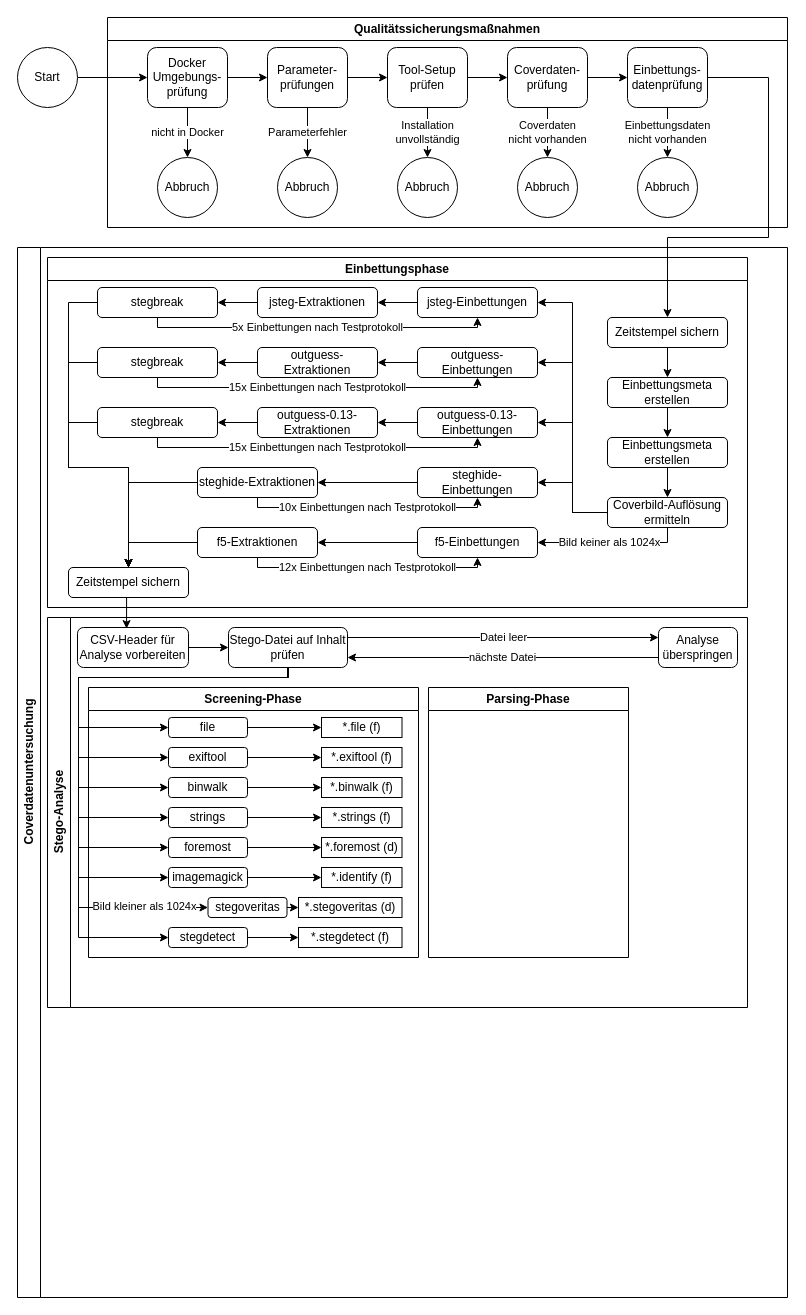
This is SMKITS5/documentation/flowchart.drawio from bh-8/amsl-it-security-projects, a draw.io file, before an edit. Source tidied: cells renumbered, new cells numbered last; positions are measured from the earlier drawing's top-left corner, leaving out a move shared by most shapes. Both pictures are drawn from the tidied source at 100%, with x=0, y=0 at pixel (17, 17).
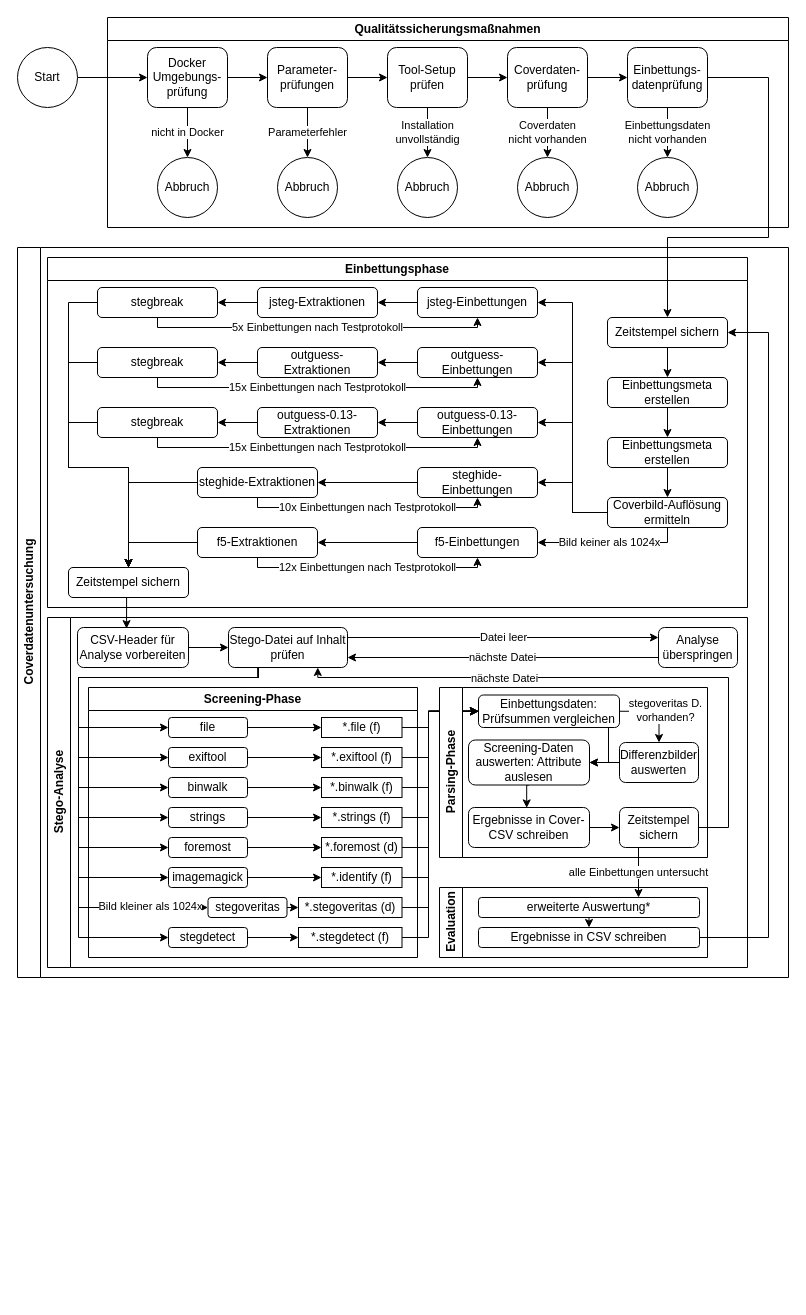
The same page after the edit.

Commit message:
flowchart completed

Unchanged cells that the change refers to:
```xml
<mxCell id="58" value="Zeitstempel sichern" style="rounded=1;whiteSpace=wrap;html=1;labelBackgroundColor=none;" parent="25" vertex="1">
  <mxGeometry x="560" y="60" width="120" height="30" as="geometry" />
</mxCell>
<mxCell id="83" value="Stego-Datei auf Inhalt prüfen" style="rounded=1;whiteSpace=wrap;html=1;labelBackgroundColor=none;" parent="70" vertex="1">
  <mxGeometry x="181" y="10" width="119" height="40" as="geometry" />
</mxCell>
<mxCell id="88" value="file" style="rounded=1;whiteSpace=wrap;html=1;labelBackgroundColor=none;" parent="86" vertex="1">
  <mxGeometry x="80" y="30" width="79" height="20" as="geometry" />
</mxCell>
<mxCell id="90" value="exiftool" style="rounded=1;whiteSpace=wrap;html=1;labelBackgroundColor=none;" parent="86" vertex="1">
  <mxGeometry x="80" y="60" width="79" height="20" as="geometry" />
</mxCell>
<mxCell id="92" value="binwalk" style="rounded=1;whiteSpace=wrap;html=1;labelBackgroundColor=none;" parent="86" vertex="1">
  <mxGeometry x="80" y="90" width="79" height="20" as="geometry" />
</mxCell>
<mxCell id="94" value="strings" style="rounded=1;whiteSpace=wrap;html=1;labelBackgroundColor=none;" parent="86" vertex="1">
  <mxGeometry x="80" y="120" width="79" height="20" as="geometry" />
</mxCell>
<mxCell id="96" value="foremost" style="rounded=1;whiteSpace=wrap;html=1;labelBackgroundColor=none;" parent="86" vertex="1">
  <mxGeometry x="80" y="150" width="79" height="20" as="geometry" />
</mxCell>
<mxCell id="98" value="imagemagick" style="rounded=1;whiteSpace=wrap;html=1;labelBackgroundColor=none;" parent="86" vertex="1">
  <mxGeometry x="80" y="180" width="79" height="20" as="geometry" />
</mxCell>
<mxCell id="100" value="stegoveritas" style="rounded=1;whiteSpace=wrap;html=1;labelBackgroundColor=none;" parent="86" vertex="1">
  <mxGeometry x="119.5" y="210" width="79" height="20" as="geometry" />
</mxCell>
<mxCell id="102" value="stegdetect" style="rounded=1;whiteSpace=wrap;html=1;labelBackgroundColor=none;" parent="86" vertex="1">
  <mxGeometry x="80" y="240" width="79" height="20" as="geometry" />
</mxCell>
<mxCell id="103" value="*.file (f)" style="rounded=0;whiteSpace=wrap;html=1;labelBackgroundColor=none;" parent="86" vertex="1">
  <mxGeometry x="233" y="30" width="80.5" height="20" as="geometry" />
</mxCell>
<mxCell id="104" value="*.exiftool (f)" style="rounded=0;whiteSpace=wrap;html=1;labelBackgroundColor=none;" parent="86" vertex="1">
  <mxGeometry x="233" y="60" width="80.5" height="20" as="geometry" />
</mxCell>
<mxCell id="105" value="*.binwalk (f)" style="rounded=0;whiteSpace=wrap;html=1;labelBackgroundColor=none;" parent="86" vertex="1">
  <mxGeometry x="233" y="90" width="80.5" height="20" as="geometry" />
</mxCell>
<mxCell id="106" value="*.strings (f)" style="rounded=0;whiteSpace=wrap;html=1;labelBackgroundColor=none;" parent="86" vertex="1">
  <mxGeometry x="233" y="120" width="80.5" height="20" as="geometry" />
</mxCell>
<mxCell id="107" value="*.foremost (d)" style="rounded=0;whiteSpace=wrap;html=1;labelBackgroundColor=none;" parent="86" vertex="1">
  <mxGeometry x="233" y="150" width="80.5" height="20" as="geometry" />
</mxCell>
<mxCell id="108" value="*.identify (f)" style="rounded=0;whiteSpace=wrap;html=1;labelBackgroundColor=none;" parent="86" vertex="1">
  <mxGeometry x="233" y="180" width="80.5" height="20" as="geometry" />
</mxCell>
<mxCell id="109" value="*.stegoveritas (d)" style="rounded=0;whiteSpace=wrap;html=1;labelBackgroundColor=none;" parent="86" vertex="1">
  <mxGeometry x="210" y="210" width="103.5" height="20" as="geometry" />
</mxCell>
<mxCell id="110" value="*.stegdetect (f)" style="rounded=0;whiteSpace=wrap;html=1;labelBackgroundColor=none;" parent="86" vertex="1">
  <mxGeometry x="210" y="240" width="103.5" height="20" as="geometry" />
</mxCell>
```

The edit, as a diff of the source:
```diff
@@
     <mxCell id="2" value="Qualitätssicherungsmaßnahmen" style="swimlane;whiteSpace=wrap;html=1;labelBackgroundColor=none;" parent="1" vertex="1">
-      <mxGeometry x="90" width="680" height="210" as="geometry" />
+      <mxGeometry x="90" width="681" height="210" as="geometry" />
     </mxCell>
@@
     <mxCell id="24" value="&lt;div&gt;Coverdatenuntersuchung&lt;/div&gt;" style="swimlane;horizontal=0;whiteSpace=wrap;html=1;labelBackgroundColor=none;" parent="1" vertex="1">
-      <mxGeometry y="230" width="770" height="1050" as="geometry" />
+      <mxGeometry y="230" width="771" height="730" as="geometry" />
     </mxCell>
@@
     <mxCell id="70" value="Stego-Analyse" style="swimlane;horizontal=0;whiteSpace=wrap;html=1;labelBackgroundColor=none;startSize=23;" parent="24" vertex="1">
-      <mxGeometry x="30" y="370" width="700" height="390" as="geometry" />
+      <mxGeometry x="30" y="370" width="700" height="350" as="geometry" />
     </mxCell>
@@
-    <mxCell id="74" style="edgeStyle=orthogonalEdgeStyle;rounded=0;jettySize=auto;html=1;exitX=0.5;exitY=1;exitDx=0;exitDy=0;entryX=0;entryY=0.5;entryDx=0;entryDy=0;" parent="70" edge="1" source="83" target="88">
+    <mxCell id="74" style="edgeStyle=orthogonalEdgeStyle;rounded=0;jettySize=auto;html=1;exitX=0.25;exitY=1;exitDx=0;exitDy=0;entryX=0;entryY=0.5;entryDx=0;entryDy=0;" parent="70" edge="1" source="83" target="88">
       <mxGeometry relative="1" as="geometry">
         <Array as="points">
-          <mxPoint x="241" y="60" />
+          <mxPoint x="211" y="60" />
           <mxPoint x="31" y="60" />
           <mxPoint x="31" y="110" />
         </Array>
       </mxGeometry>
     </mxCell>
-    <mxCell id="75" style="edgeStyle=orthogonalEdgeStyle;rounded=0;jettySize=auto;html=1;exitX=0.5;exitY=1;exitDx=0;exitDy=0;entryX=0;entryY=0.5;entryDx=0;entryDy=0;" parent="70" edge="1" source="83" target="90">
+    <mxCell id="75" style="edgeStyle=orthogonalEdgeStyle;rounded=0;jettySize=auto;html=1;exitX=0.25;exitY=1;exitDx=0;exitDy=0;entryX=0;entryY=0.5;entryDx=0;entryDy=0;" parent="70" edge="1" source="83" target="90">
       <mxGeometry relative="1" as="geometry">
         <Array as="points">
-          <mxPoint x="241" y="60" />
+          <mxPoint x="211" y="60" />
           <mxPoint x="31" y="60" />
           <mxPoint x="31" y="140" />
         </Array>
       </mxGeometry>
     </mxCell>
-    <mxCell id="76" style="edgeStyle=orthogonalEdgeStyle;rounded=0;jettySize=auto;html=1;exitX=0.5;exitY=1;exitDx=0;exitDy=0;entryX=0;entryY=0.5;entryDx=0;entryDy=0;" parent="70" edge="1" source="83" target="92">
+    <mxCell id="76" style="edgeStyle=orthogonalEdgeStyle;rounded=0;jettySize=auto;html=1;exitX=0.25;exitY=1;exitDx=0;exitDy=0;entryX=0;entryY=0.5;entryDx=0;entryDy=0;" parent="70" edge="1" source="83" target="92">
       <mxGeometry relative="1" as="geometry">
         <Array as="points">
-          <mxPoint x="241" y="60" />
+          <mxPoint x="211" y="60" />
           <mxPoint x="31" y="60" />
           <mxPoint x="31" y="170" />
         </Array>
       </mxGeometry>
     </mxCell>
-    <mxCell id="77" style="edgeStyle=orthogonalEdgeStyle;rounded=0;jettySize=auto;html=1;exitX=0.5;exitY=1;exitDx=0;exitDy=0;entryX=0;entryY=0.5;entryDx=0;entryDy=0;" parent="70" edge="1" source="83" target="94">
+    <mxCell id="77" style="edgeStyle=orthogonalEdgeStyle;rounded=0;jettySize=auto;html=1;exitX=0.25;exitY=1;exitDx=0;exitDy=0;entryX=0;entryY=0.5;entryDx=0;entryDy=0;" parent="70" edge="1" source="83" target="94">
       <mxGeometry relative="1" as="geometry">
         <Array as="points">
-          <mxPoint x="241" y="60" />
+          <mxPoint x="211" y="60" />
           <mxPoint x="31" y="60" />
           <mxPoint x="31" y="200" />
         </Array>
       </mxGeometry>
     </mxCell>
-    <mxCell id="78" style="edgeStyle=orthogonalEdgeStyle;rounded=0;jettySize=auto;html=1;exitX=0.5;exitY=1;exitDx=0;exitDy=0;entryX=0;entryY=0.5;entryDx=0;entryDy=0;" parent="70" edge="1" source="83" target="96">
+    <mxCell id="78" style="edgeStyle=orthogonalEdgeStyle;rounded=0;jettySize=auto;html=1;exitX=0.25;exitY=1;exitDx=0;exitDy=0;entryX=0;entryY=0.5;entryDx=0;entryDy=0;" parent="70" edge="1" source="83" target="96">
       <mxGeometry relative="1" as="geometry">
         <Array as="points">
-          <mxPoint x="241" y="60" />
+          <mxPoint x="211" y="60" />
           <mxPoint x="31" y="60" />
           <mxPoint x="31" y="230" />
         </Array>
       </mxGeometry>
     </mxCell>
-    <mxCell id="79" style="edgeStyle=orthogonalEdgeStyle;rounded=0;jettySize=auto;html=1;exitX=0.5;exitY=1;exitDx=0;exitDy=0;entryX=0;entryY=0.5;entryDx=0;entryDy=0;" parent="70" edge="1" source="83" target="98">
+    <mxCell id="79" style="edgeStyle=orthogonalEdgeStyle;rounded=0;jettySize=auto;html=1;exitX=0.25;exitY=1;exitDx=0;exitDy=0;entryX=0;entryY=0.5;entryDx=0;entryDy=0;" parent="70" edge="1" source="83" target="98">
       <mxGeometry relative="1" as="geometry">
         <Array as="points">
-          <mxPoint x="241" y="60" />
+          <mxPoint x="211" y="60" />
           <mxPoint x="31" y="60" />
           <mxPoint x="31" y="260" />
         </Array>
       </mxGeometry>
     </mxCell>
-    <mxCell id="80" style="edgeStyle=orthogonalEdgeStyle;rounded=0;jettySize=auto;html=1;exitX=0.5;exitY=1;exitDx=0;exitDy=0;entryX=0;entryY=0.5;entryDx=0;entryDy=0;" parent="70" edge="1" source="83" target="100">
+    <mxCell id="80" style="edgeStyle=orthogonalEdgeStyle;rounded=0;jettySize=auto;html=1;exitX=0.25;exitY=1;exitDx=0;exitDy=0;entryX=0;entryY=0.5;entryDx=0;entryDy=0;" parent="70" edge="1" source="83" target="100">
       <mxGeometry relative="1" as="geometry">
         <Array as="points">
-          <mxPoint x="241" y="60" />
+          <mxPoint x="211" y="60" />
           <mxPoint x="31" y="60" />
           <mxPoint x="31" y="290" />
         </Array>
       </mxGeometry>
     </mxCell>
@@
-    <mxCell id="82" style="edgeStyle=orthogonalEdgeStyle;rounded=0;jettySize=auto;html=1;exitX=0.5;exitY=1;exitDx=0;exitDy=0;entryX=0;entryY=0.5;entryDx=0;entryDy=0;" parent="70" edge="1" source="83" target="102">
+    <mxCell id="82" style="edgeStyle=orthogonalEdgeStyle;rounded=0;jettySize=auto;html=1;exitX=0.25;exitY=1;exitDx=0;exitDy=0;entryX=0;entryY=0.5;entryDx=0;entryDy=0;" parent="70" edge="1" source="83" target="102">
       <mxGeometry relative="1" as="geometry">
         <Array as="points">
-          <mxPoint x="241" y="60" />
+          <mxPoint x="211" y="60" />
           <mxPoint x="31" y="60" />
           <mxPoint x="31" y="320" />
         </Array>
       </mxGeometry>
     </mxCell>
@@
     <mxCell id="86" value="Screening-Phase" style="swimlane;whiteSpace=wrap;html=1;labelBackgroundColor=none;" parent="70" vertex="1">
-      <mxGeometry x="41" y="70" width="330" height="270" as="geometry" />
+      <mxGeometry x="41" y="70" width="329" height="270" as="geometry" />
     </mxCell>
@@
+    <mxCell id="114" style="edgeStyle=orthogonalEdgeStyle;rounded=0;jettySize=auto;html=1;exitX=1;exitY=0.5;exitDx=0;exitDy=0;entryX=0;entryY=0.5;entryDx=0;entryDy=0;" parent="70" edge="1" source="103" target="125">
+      <mxGeometry relative="1" as="geometry">
+        <Array as="points">
+          <mxPoint x="381" y="110" />
+          <mxPoint x="381" y="93" />
+        </Array>
+      </mxGeometry>
+    </mxCell>
+    <mxCell id="115" style="edgeStyle=orthogonalEdgeStyle;rounded=0;jettySize=auto;html=1;exitX=1;exitY=0.5;exitDx=0;exitDy=0;entryX=0;entryY=0.5;entryDx=0;entryDy=0;" parent="70" edge="1" source="104" target="125">
+      <mxGeometry relative="1" as="geometry">
+        <Array as="points">
+          <mxPoint x="381" y="140" />
+          <mxPoint x="381" y="93" />
+        </Array>
+      </mxGeometry>
+    </mxCell>
+    <mxCell id="116" style="edgeStyle=orthogonalEdgeStyle;rounded=0;jettySize=auto;html=1;exitX=1;exitY=0.5;exitDx=0;exitDy=0;entryX=0;entryY=0.5;entryDx=0;entryDy=0;" parent="70" edge="1" source="105" target="125">
+      <mxGeometry relative="1" as="geometry">
+        <Array as="points">
+          <mxPoint x="381" y="170" />
+          <mxPoint x="381" y="93" />
+        </Array>
+      </mxGeometry>
+    </mxCell>
+    <mxCell id="117" style="edgeStyle=orthogonalEdgeStyle;rounded=0;jettySize=auto;html=1;exitX=1;exitY=0.5;exitDx=0;exitDy=0;entryX=0;entryY=0.5;entryDx=0;entryDy=0;" parent="70" edge="1" source="106" target="125">
+      <mxGeometry relative="1" as="geometry">
+        <Array as="points">
+          <mxPoint x="381" y="200" />
+          <mxPoint x="381" y="93" />
+        </Array>
+      </mxGeometry>
+    </mxCell>
+    <mxCell id="118" style="edgeStyle=orthogonalEdgeStyle;rounded=0;jettySize=auto;html=1;exitX=1;exitY=0.5;exitDx=0;exitDy=0;entryX=0;entryY=0.5;entryDx=0;entryDy=0;" parent="70" edge="1" source="107" target="125">
+      <mxGeometry relative="1" as="geometry">
+        <Array as="points">
+          <mxPoint x="381" y="230" />
+          <mxPoint x="381" y="93" />
+        </Array>
+      </mxGeometry>
+    </mxCell>
+    <mxCell id="119" style="edgeStyle=orthogonalEdgeStyle;rounded=0;jettySize=auto;html=1;exitX=1;exitY=0.5;exitDx=0;exitDy=0;entryX=0;entryY=0.5;entryDx=0;entryDy=0;" parent="70" edge="1" source="108" target="125">
+      <mxGeometry relative="1" as="geometry">
+        <Array as="points">
+          <mxPoint x="381" y="260" />
+          <mxPoint x="381" y="93" />
+        </Array>
+      </mxGeometry>
+    </mxCell>
+    <mxCell id="120" style="edgeStyle=orthogonalEdgeStyle;rounded=0;jettySize=auto;html=1;exitX=1;exitY=0.5;exitDx=0;exitDy=0;entryX=0;entryY=0.5;entryDx=0;entryDy=0;" parent="70" edge="1" source="109" target="125">
+      <mxGeometry relative="1" as="geometry">
+        <Array as="points">
+          <mxPoint x="381" y="290" />
+          <mxPoint x="381" y="93" />
+        </Array>
+      </mxGeometry>
+    </mxCell>
+    <mxCell id="121" style="edgeStyle=orthogonalEdgeStyle;rounded=0;jettySize=auto;html=1;exitX=1;exitY=0.5;exitDx=0;exitDy=0;entryX=0;entryY=0.5;entryDx=0;entryDy=0;" parent="70" edge="1" source="110" target="125">
+      <mxGeometry relative="1" as="geometry">
+        <Array as="points">
+          <mxPoint x="381" y="320" />
+          <mxPoint x="381" y="93" />
+        </Array>
+      </mxGeometry>
+    </mxCell>
-    <mxCell id="111" value="Parsing-Phase" style="swimlane;whiteSpace=wrap;html=1;labelBackgroundColor=none;" parent="70" vertex="1">
-      <mxGeometry x="381" y="70" width="200" height="270" as="geometry" />
+    <mxCell id="111" value="&lt;div&gt;Parsing-Phase&lt;/div&gt;" style="swimlane;horizontal=0;whiteSpace=wrap;html=1;labelBackgroundColor=none;" parent="70" vertex="1">
+      <mxGeometry x="392" y="70" width="268" height="170" as="geometry" />
     </mxCell>
+    <mxCell id="122" style="edgeStyle=orthogonalEdgeStyle;rounded=0;jettySize=auto;html=1;exitX=1;exitY=0.5;exitDx=0;exitDy=0;entryX=0.5;entryY=0;entryDx=0;entryDy=0;" parent="111" edge="1" source="125" target="127">
+      <mxGeometry relative="1" as="geometry" />
+    </mxCell>
+    <mxCell id="123" value="&lt;div&gt;stegoveritas D.&lt;/div&gt;&lt;div&gt;vorhanden?&lt;br&gt;&lt;/div&gt;" style="edgeLabel;html=1;align=center;verticalAlign=middle;" parent="122" vertex="1">
+      <mxGeometry x="-0.27" relative="1" as="geometry">
+        <mxPoint x="20" y="-1" as="offset" />
+      </mxGeometry>
+    </mxCell>
+    <mxCell id="124" style="edgeStyle=orthogonalEdgeStyle;rounded=0;jettySize=auto;html=1;exitX=0.75;exitY=1;exitDx=0;exitDy=0;entryX=1;entryY=0.5;entryDx=0;entryDy=0;" parent="111" edge="1" source="125" target="129">
+      <mxGeometry relative="1" as="geometry">
+        <Array as="points">
+          <mxPoint x="169" y="40" />
+          <mxPoint x="169" y="75" />
+        </Array>
+      </mxGeometry>
+    </mxCell>
+    <mxCell id="125" value="&lt;div&gt;Einbettungsdaten:&lt;br&gt;&lt;/div&gt;&lt;div&gt;Prüfsummen vergleichen&lt;/div&gt;" style="rounded=1;whiteSpace=wrap;html=1;labelBackgroundColor=none;" parent="111" vertex="1">
+      <mxGeometry x="39" y="7.5" width="141" height="32.5" as="geometry" />
+    </mxCell>
+    <mxCell id="126" style="edgeStyle=orthogonalEdgeStyle;rounded=0;jettySize=auto;html=1;exitX=0;exitY=0.5;exitDx=0;exitDy=0;entryX=1;entryY=0.5;entryDx=0;entryDy=0;" parent="111" edge="1" source="127" target="129">
+      <mxGeometry relative="1" as="geometry" />
+    </mxCell>
+    <mxCell id="127" value="Differenzbilder auswerten" style="rounded=1;whiteSpace=wrap;html=1;labelBackgroundColor=none;" parent="111" vertex="1">
+      <mxGeometry x="180" y="55" width="79" height="40" as="geometry" />
+    </mxCell>
+    <mxCell id="128" style="edgeStyle=orthogonalEdgeStyle;rounded=0;jettySize=auto;html=1;exitX=0.5;exitY=1;exitDx=0;exitDy=0;entryX=0.481;entryY=0.01;entryDx=0;entryDy=0;entryPerimeter=0;" parent="111" edge="1" source="129" target="131">
+      <mxGeometry relative="1" as="geometry" />
+    </mxCell>
+    <mxCell id="129" value="Screening-Daten auswerten: Attribute auslesen" style="rounded=1;whiteSpace=wrap;html=1;labelBackgroundColor=none;" parent="111" vertex="1">
+      <mxGeometry x="29" y="52.5" width="121" height="45" as="geometry" />
+    </mxCell>
+    <mxCell id="130" style="edgeStyle=orthogonalEdgeStyle;rounded=0;jettySize=auto;html=1;exitX=1;exitY=0.5;exitDx=0;exitDy=0;entryX=0;entryY=0.5;entryDx=0;entryDy=0;" parent="111" edge="1" source="131" target="132">
+      <mxGeometry relative="1" as="geometry" />
+    </mxCell>
+    <mxCell id="131" value="Ergebnisse in Cover-CSV schreiben" style="rounded=1;whiteSpace=wrap;html=1;labelBackgroundColor=none;" parent="111" vertex="1">
+      <mxGeometry x="29" y="120" width="121" height="40" as="geometry" />
+    </mxCell>
+    <mxCell id="132" value="Zeitstempel sichern" style="rounded=1;whiteSpace=wrap;html=1;labelBackgroundColor=none;" parent="111" vertex="1">
+      <mxGeometry x="180" y="120" width="79" height="40" as="geometry" />
+    </mxCell>
+    <mxCell id="133" style="edgeStyle=orthogonalEdgeStyle;rounded=0;jettySize=auto;html=1;entryX=0.75;entryY=1;entryDx=0;entryDy=0;exitX=1;exitY=0.5;exitDx=0;exitDy=0;" parent="70" edge="1" source="132" target="83">
+      <mxGeometry relative="1" as="geometry">
+        <Array as="points">
+          <mxPoint x="681" y="210" />
+          <mxPoint x="681" y="60" />
+          <mxPoint x="270" y="60" />
+        </Array>
+      </mxGeometry>
+    </mxCell>
+    <mxCell id="134" value="nächste Datei" style="edgeLabel;html=1;align=center;verticalAlign=middle;" parent="133" vertex="1">
+      <mxGeometry x="0.39" relative="1" as="geometry">
+        <mxPoint x="12" as="offset" />
+      </mxGeometry>
+    </mxCell>
+    <mxCell id="135" value="Evaluation" style="swimlane;horizontal=0;whiteSpace=wrap;html=1;labelBackgroundColor=none;startSize=23;" parent="70" vertex="1">
+      <mxGeometry x="392" y="270" width="268" height="70" as="geometry" />
+    </mxCell>
+    <mxCell id="136" style="edgeStyle=orthogonalEdgeStyle;rounded=0;jettySize=auto;html=1;exitX=0.5;exitY=1;exitDx=0;exitDy=0;entryX=0.5;entryY=0;entryDx=0;entryDy=0;" parent="135" edge="1" source="137" target="138">
+      <mxGeometry relative="1" as="geometry" />
+    </mxCell>
+    <mxCell id="137" value="erweiterte Auswertung*" style="rounded=1;whiteSpace=wrap;html=1;labelBackgroundColor=none;" parent="135" vertex="1">
+      <mxGeometry x="39" y="10" width="221" height="20" as="geometry" />
+    </mxCell>
+    <mxCell id="138" value="Ergebnisse in CSV schreiben" style="rounded=1;whiteSpace=wrap;html=1;labelBackgroundColor=none;" parent="135" vertex="1">
+      <mxGeometry x="39" y="40" width="221" height="20" as="geometry" />
+    </mxCell>
+    <mxCell id="139" value="alle Einbettungen untersucht" style="edgeStyle=orthogonalEdgeStyle;rounded=0;jettySize=auto;html=1;exitX=0.25;exitY=1;exitDx=0;exitDy=0;" parent="70" edge="1" source="132">
+      <mxGeometry relative="1" as="geometry">
+        <mxPoint x="591" y="280" as="targetPoint" />
+        <Array as="points">
+          <mxPoint x="592" y="280" />
+        </Array>
+      </mxGeometry>
+    </mxCell>
@@
+    <mxCell id="140" style="edgeStyle=orthogonalEdgeStyle;rounded=0;jettySize=auto;html=1;exitX=1;exitY=0.5;exitDx=0;exitDy=0;entryX=1;entryY=0.5;entryDx=0;entryDy=0;" parent="24" edge="1" source="138" target="58">
+      <mxGeometry relative="1" as="geometry">
+        <Array as="points">
+          <mxPoint x="751" y="690" />
+          <mxPoint x="751" y="85" />
+        </Array>
+      </mxGeometry>
+    </mxCell>
```
